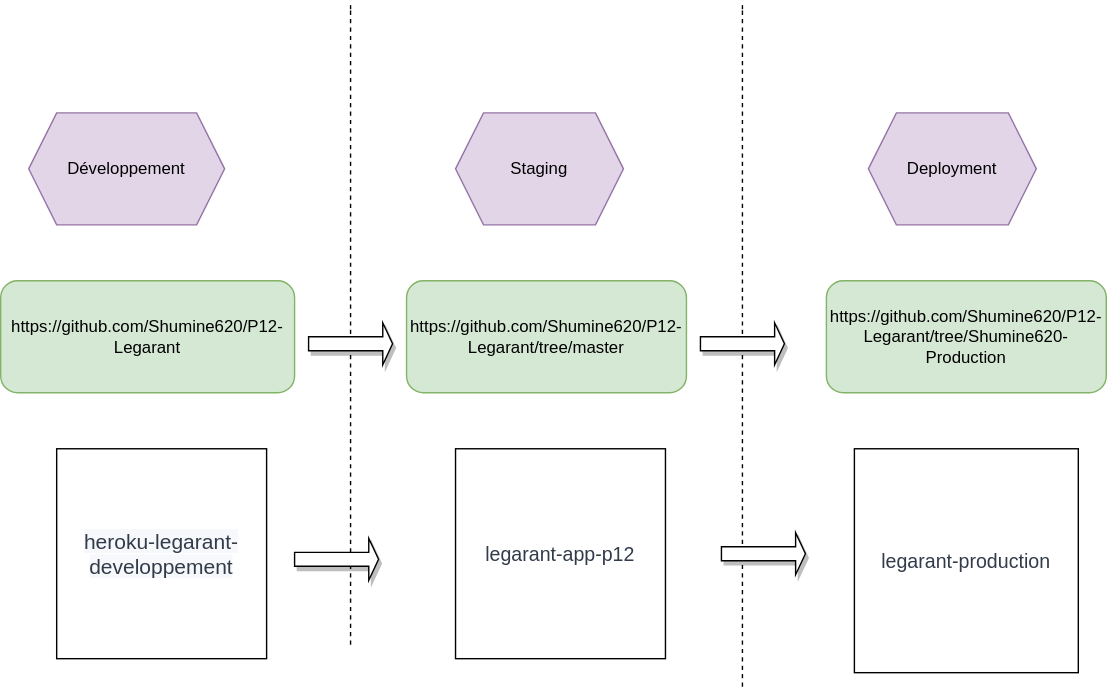
Above: Diagram.drawio.svg in Shumine620/Legarant (draw.io), before the change. Source tidied: cells renumbered, new cells last; positions are measured from the earlier drawing's top-left corner, leaving out a move shared by most shapes.
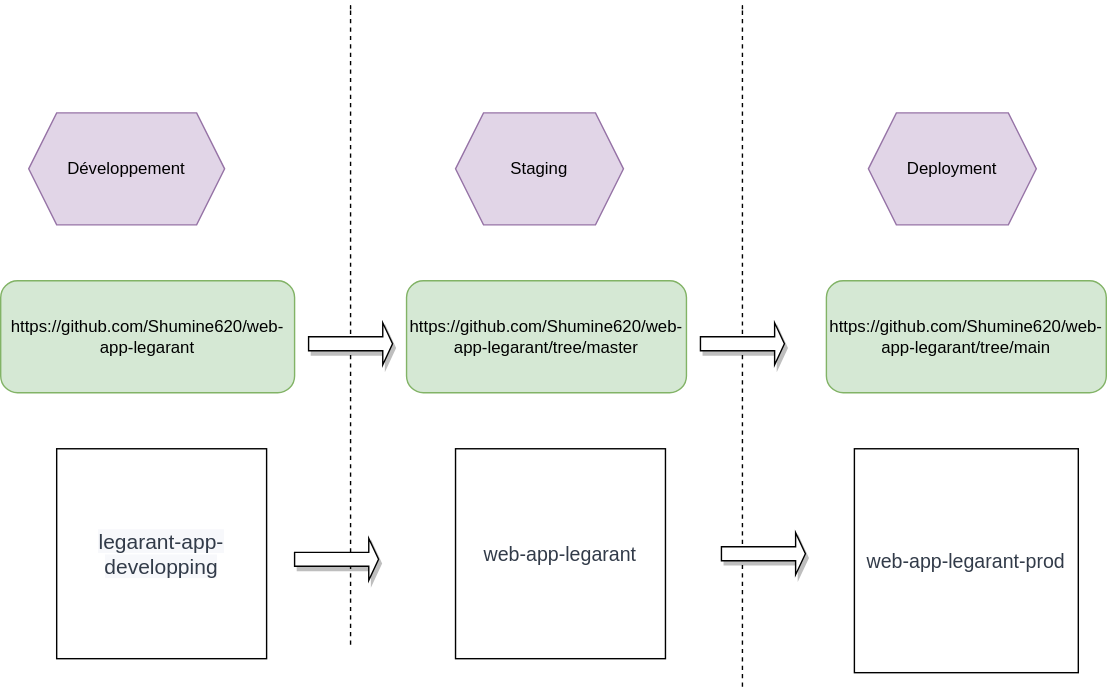
After the change.

The edit, as a diff of the source:
```diff
@@ -11,10 +11,10 @@
     <mxCell id="4" value="Deployment" style="shape=hexagon;perimeter=hexagonPerimeter2;whiteSpace=wrap;html=1;fixedSize=1;fillColor=#e1d5e7;strokeColor=#9673a6;" parent="1" vertex="1">
       <mxGeometry x="620" y="80" width="120" height="80" as="geometry" />
     </mxCell>
-    <mxCell id="5" value="https://github.com/Shumine620/P12-Legarant/tree/master" style="rounded=1;whiteSpace=wrap;html=1;fillColor=#d5e8d4;strokeColor=#82b366;" parent="1" vertex="1">
+    <mxCell id="5" value="https://github.com/Shumine620/web-app-legarant/tree/master" style="rounded=1;whiteSpace=wrap;html=1;fillColor=#d5e8d4;strokeColor=#82b366;" parent="1" vertex="1">
       <mxGeometry x="290" y="200" width="200" height="80" as="geometry" />
     </mxCell>
-    <mxCell id="6" value="https://github.com/Shumine620/P12-Legarant/tree/Shumine620-Production" style="rounded=1;whiteSpace=wrap;html=1;fillColor=#d5e8d4;strokeColor=#82b366;" parent="1" vertex="1">
+    <mxCell id="6" value="https://github.com/Shumine620/web-app-legarant/tree/main" style="rounded=1;whiteSpace=wrap;html=1;fillColor=#d5e8d4;strokeColor=#82b366;" parent="1" vertex="1">
       <mxGeometry x="590" y="200" width="200" height="80" as="geometry" />
     </mxCell>
     <mxCell id="7" style="endArrow=none;dashed=1;html=1;startArrow=none;" parent="1" edge="1">
@@ -35,16 +35,16 @@
         </Array>
       </mxGeometry>
     </mxCell>
-    <mxCell id="9" value="&lt;a href=&quot;https://dashboard.heroku.com/apps/legarant-app-p12&quot; id=&quot;ember1415&quot; class=&quot;ember-view near-black underline-hover lh-solid nudge-down--1&quot; style=&quot;box-sizing: border-box ; background-color: rgb(255 , 255 , 255) ; color: rgb(50 , 59 , 73) ; line-height: 1 ; position: relative ; top: 1px ; font-family: , &amp;#34;helvetica neue&amp;#34; , &amp;#34;helvetica&amp;#34; , &amp;#34;arial&amp;#34; , sans-serif ; font-size: 14px ; text-align: left&quot;&gt;legarant-app-p12&lt;/a&gt;" style="whiteSpace=wrap;html=1;" parent="1" vertex="1">
+    <mxCell id="9" value="&lt;a href=&quot;https://dashboard.heroku.com/apps/web-app-legarant&quot; id=&quot;ember118&quot; class=&quot;ember-view near-black underline-hover lh-solid nudge-down--1&quot; style=&quot;box-sizing: border-box ; background-color: rgb(255 , 255 , 255) ; color: rgb(50 , 59 , 73) ; line-height: 1 ; position: relative ; top: 1px ; font-family: , &amp;#34;helvetica neue&amp;#34; , &amp;#34;helvetica&amp;#34; , &amp;#34;arial&amp;#34; , sans-serif ; font-size: 14px ; text-align: left&quot;&gt;web-app-legarant&lt;/a&gt;" style="whiteSpace=wrap;html=1;" parent="1" vertex="1">
       <mxGeometry x="325" y="320" width="150" height="150" as="geometry" />
     </mxCell>
-    <mxCell id="10" value="&lt;a href=&quot;https://dashboard.heroku.com/apps/legarant-production&quot; id=&quot;ember1691&quot; class=&quot;ember-view near-black underline-hover lh-solid nudge-down--1&quot; style=&quot;box-sizing: border-box ; background-color: rgb(255 , 255 , 255) ; color: rgb(50 , 59 , 73) ; line-height: 1 ; position: relative ; top: 1px ; font-family: , &amp;#34;helvetica neue&amp;#34; , &amp;#34;helvetica&amp;#34; , &amp;#34;arial&amp;#34; , sans-serif ; font-size: 14px ; text-align: left&quot;&gt;legarant-production&lt;/a&gt;" style="whiteSpace=wrap;html=1;" parent="1" vertex="1">
+    <mxCell id="10" value="&lt;a href=&quot;https://dashboard.heroku.com/apps/web-app-legarant-prod&quot; id=&quot;ember143&quot; class=&quot;ember-view near-black underline-hover lh-solid nudge-down--1&quot; style=&quot;box-sizing: border-box ; background-color: rgb(255 , 255 , 255) ; color: rgb(50 , 59 , 73) ; line-height: 1 ; position: relative ; top: 1px ; font-family: , &amp;#34;helvetica neue&amp;#34; , &amp;#34;helvetica&amp;#34; , &amp;#34;arial&amp;#34; , sans-serif ; font-size: 14px ; text-align: left&quot;&gt;web-app-legarant-prod&lt;/a&gt;" style="whiteSpace=wrap;html=1;" parent="1" vertex="1">
       <mxGeometry x="610" y="320" width="160" height="160" as="geometry" />
     </mxCell>
-    <mxCell id="11" value="&lt;span style=&quot;color: rgb(50 , 59 , 73) ; font-family: , &amp;#34;helvetica neue&amp;#34; , &amp;#34;helvetica&amp;#34; , &amp;#34;arial&amp;#34; , sans-serif ; font-size: 15px ; background-color: rgb(247 , 248 , 251)&quot;&gt;heroku-legarant-developpement&lt;/span&gt;" style="whiteSpace=wrap;html=1;" parent="1" vertex="1">
+    <mxCell id="11" value="&lt;span style=&quot;color: rgb(50 , 59 , 73) ; font-family: , &amp;#34;helvetica neue&amp;#34; , &amp;#34;helvetica&amp;#34; , &amp;#34;arial&amp;#34; , sans-serif ; font-size: 15px ; background-color: rgb(247 , 248 , 251)&quot;&gt;legarant-app-developping&lt;/span&gt;" style="whiteSpace=wrap;html=1;" parent="1" vertex="1">
       <mxGeometry x="40" y="320" width="150" height="150" as="geometry" />
     </mxCell>
-    <mxCell id="12" value="&lt;span&gt;https://github.com/Shumine620/P12-Legarant&lt;/span&gt;" style="rounded=1;whiteSpace=wrap;html=1;fillColor=#d5e8d4;strokeColor=#82b366;" parent="1" vertex="1">
+    <mxCell id="12" value="&lt;span&gt;https://github.com/Shumine620/web-app-legarant&lt;/span&gt;" style="rounded=1;whiteSpace=wrap;html=1;fillColor=#d5e8d4;strokeColor=#82b366;" parent="1" vertex="1">
       <mxGeometry y="200" width="210" height="80" as="geometry" />
     </mxCell>
     <mxCell id="13" style="shape=singleArrow;whiteSpace=wrap;html=1;gradientColor=none;shadow=1;sketch=0;arrowWidth=0.3333333333333333;arrowSize=0.11666666666666667;" parent="1" vertex="1">
```
